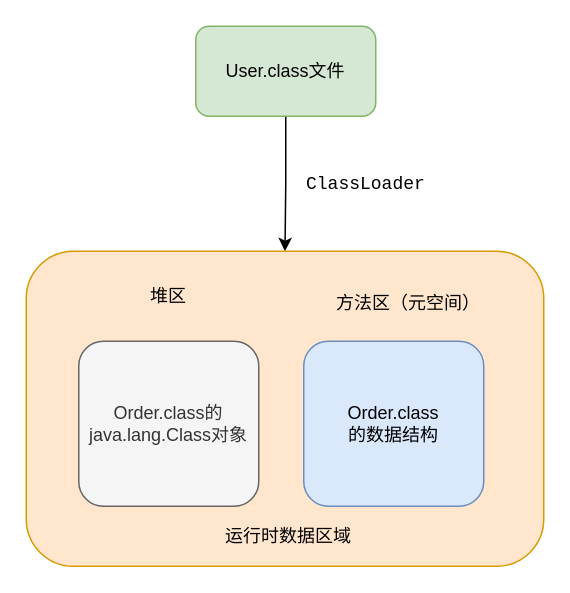
erlieStar/diagrams keeps this draw.io diagram as jvm/类的加载操作.drawio. Above is the earlier version. Source tidied: cells renumbered, new cells numbered last; positions are measured from the earlier drawing's top-left corner, leaving out a move shared by most shapes. Both pictures are drawn from the tidied source at 150%, with x=0, y=0 at pixel (26, 26).
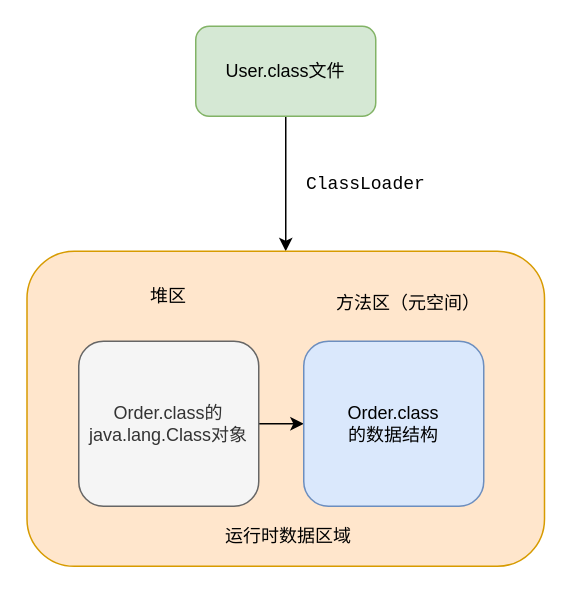
After the change.

Commit message (it also covers changes not shown here):
Update 类的加载操作.drawio

Diff of the diagram source:
```diff
@@
 <mxGraphModel>
   <root>
     <mxCell id="0" />
     <mxCell id="1" parent="0" />
     <mxCell id="2" style="edgeStyle=orthogonalEdgeStyle;rounded=0;jettySize=auto;html=1;exitX=0.5;exitY=1;exitDx=0;exitDy=0;entryX=0.5;entryY=0;entryDx=0;entryDy=0;" parent="1" edge="1" source="3" target="4">
       <mxGeometry relative="1" as="geometry" />
     </mxCell>
     <mxCell id="3" value="User.class文件" style="rounded=1;whiteSpace=wrap;html=1;fillColor=#d5e8d4;strokeColor=#82b366;" parent="1" vertex="1">
       <mxGeometry x="113" width="120" height="60" as="geometry" />
     </mxCell>
     <mxCell id="4" style="rounded=1;whiteSpace=wrap;html=1;fillColor=#ffe6cc;strokeColor=#d79b00;" parent="1" vertex="1">
-      <mxGeometry y="150" width="345" height="210" as="geometry" />
+      <mxGeometry x="0.5" y="150" width="345" height="210" as="geometry" />
     </mxCell>
+    <mxCell id="11" style="edgeStyle=orthogonalEdgeStyle;rounded=0;jettySize=auto;html=1;exitX=1;exitY=0.5;exitDx=0;exitDy=0;entryX=0;entryY=0.5;entryDx=0;entryDy=0;" parent="1" edge="1" source="5" target="6">
+      <mxGeometry relative="1" as="geometry" />
+    </mxCell>
     <mxCell id="5" value="Order.class的java.lang.Class对象" style="rounded=1;whiteSpace=wrap;html=1;fillColor=#f5f5f5;strokeColor=#666666;fontColor=#333333;" parent="1" vertex="1">
       <mxGeometry x="35" y="210" width="120" height="110" as="geometry" />
     </mxCell>
     <mxCell id="6" value="Order.class&lt;br&gt;的数据结构" style="rounded=1;whiteSpace=wrap;html=1;fillColor=#dae8fc;strokeColor=#6c8ebf;" parent="1" vertex="1">
       <mxGeometry x="185" y="210" width="120" height="110" as="geometry" />
     </mxCell>
     <mxCell id="7" value="运行时数据区域" style="text;html=1;strokeColor=none;fillColor=none;align=center;verticalAlign=middle;whiteSpace=wrap;rounded=0;" parent="1" vertex="1">
       <mxGeometry x="120" y="330" width="110" height="20" as="geometry" />
     </mxCell>
     <mxCell id="8" value="堆区" style="text;html=1;strokeColor=none;fillColor=none;align=center;verticalAlign=middle;whiteSpace=wrap;rounded=0;" parent="1" vertex="1">
       <mxGeometry x="75" y="170" width="40" height="20" as="geometry" />
     </mxCell>
     <mxCell id="9" value="方法区（元空间）" style="text;html=1;strokeColor=none;fillColor=none;align=center;verticalAlign=middle;whiteSpace=wrap;rounded=0;" parent="1" vertex="1">
       <mxGeometry x="185" y="180" width="140" height="10" as="geometry" />
     </mxCell>
     <mxCell id="10" value="&lt;pre&gt;ClassLoader&lt;/pre&gt;" style="text;whiteSpace=wrap;html=1;" parent="1" vertex="1">
       <mxGeometry x="185" y="80" width="90" height="40" as="geometry" />
     </mxCell>
   </root>
 </mxGraphModel>
```
